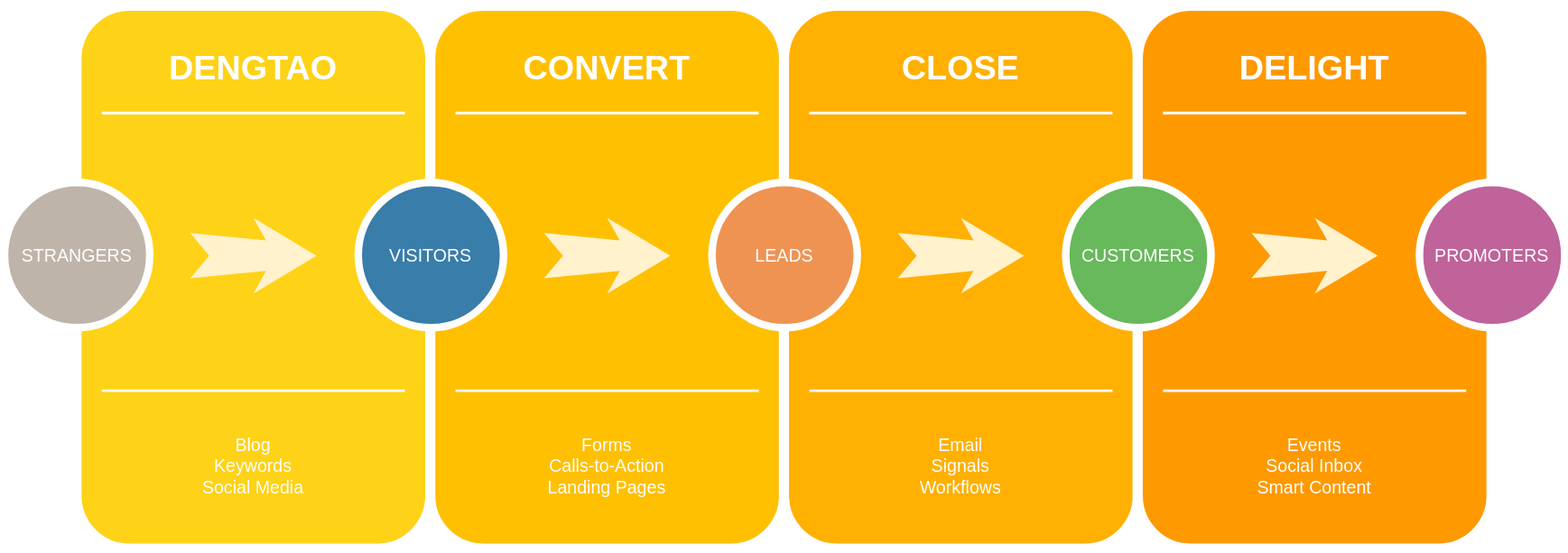
The draw.io diagram HappyDraw.drawio.svg in builden/drawio-diagram, before a commit. Source tidied: cells renumbered, new cells last; positions are measured from the earlier drawing's top-left corner, leaving out a move shared by most shapes.
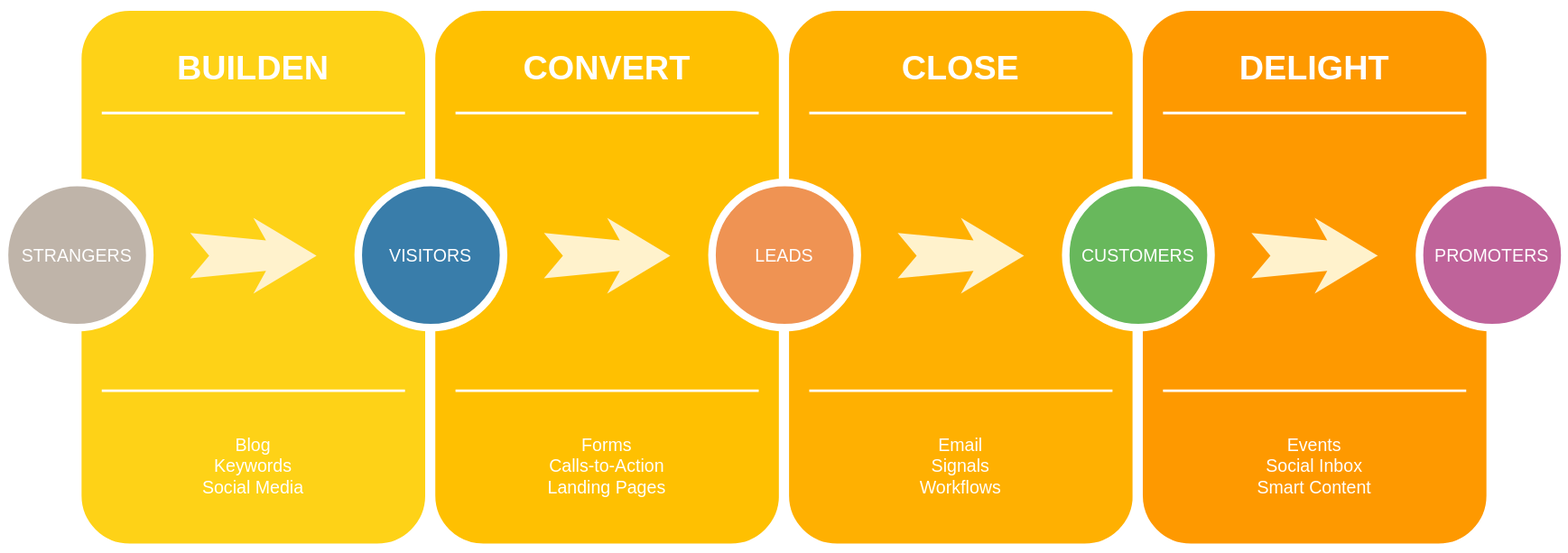
After the change.

Diff of the diagram source:
```diff
@@ -5,7 +5,7 @@
     <mxCell id="2" style="whiteSpace=wrap;html=1;rounded=1;shadow=0;strokeWidth=8;fontSize=20;align=center;fillColor=#FED217;strokeColor=#FFFFFF;" parent="1" vertex="1">
       <mxGeometry x="57" width="280" height="430" as="geometry" />
     </mxCell>
-    <mxCell id="3" value="DENGTAO" style="text;html=1;strokeColor=none;fillColor=none;align=center;verticalAlign=middle;whiteSpace=wrap;rounded=0;shadow=0;fontSize=27;fontColor=#FFFFFF;fontStyle=1;" parent="1" vertex="1">
+    <mxCell id="3" value="BUILDEN" style="text;html=1;strokeColor=none;fillColor=none;align=center;verticalAlign=middle;whiteSpace=wrap;rounded=0;shadow=0;fontSize=27;fontColor=#FFFFFF;fontStyle=1;" parent="1" vertex="1">
       <mxGeometry x="57" y="20" width="280" height="60" as="geometry" />
     </mxCell>
     <mxCell id="4" value="Blog&lt;div&gt;Keywords&lt;/div&gt;&lt;div&gt;Social Media&lt;/div&gt;" style="text;html=1;strokeColor=none;fillColor=none;align=center;verticalAlign=middle;whiteSpace=wrap;rounded=0;shadow=0;fontSize=14;fontColor=#FFFFFF;" parent="1" vertex="1">
```
